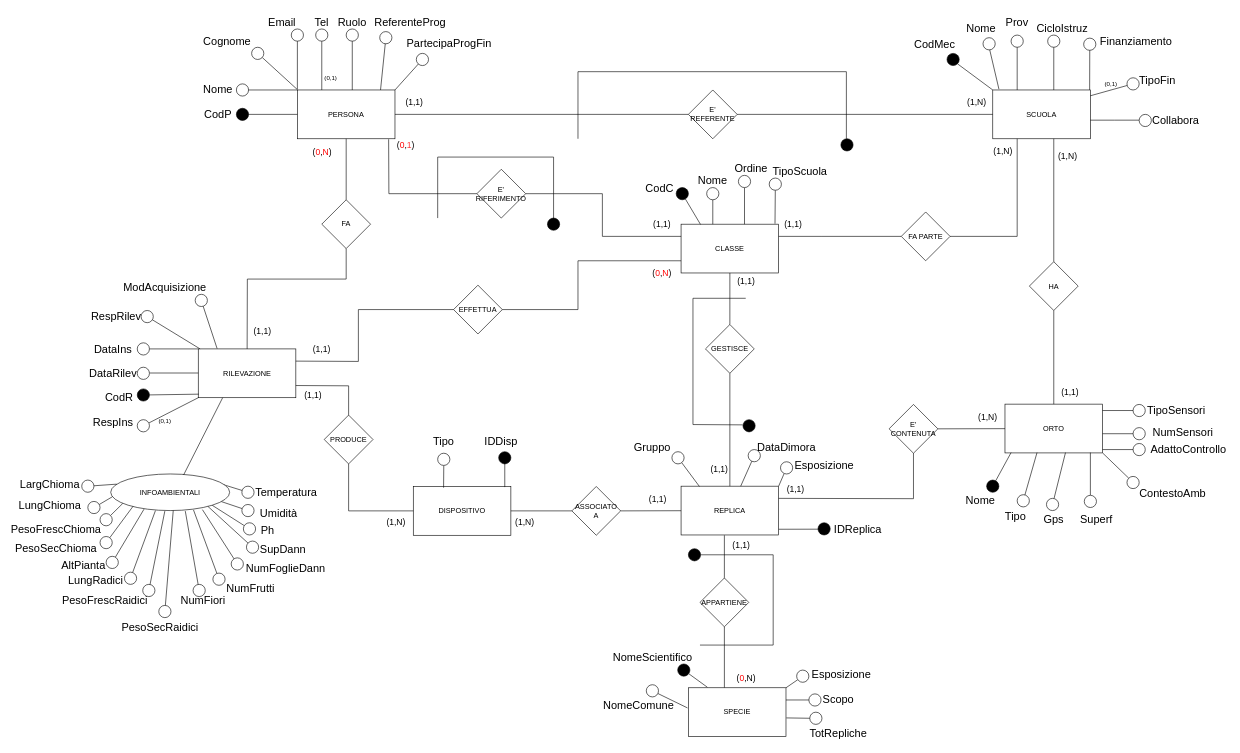
Before: BD_ER_2023.drawio in pizzo-kyle/unige, a draw.io diagram. Source tidied: cells renumbered, new cells numbered last; positions are measured from the earlier drawing's top-left corner, leaving out a move shared by most shapes. Both pictures are drawn from the tidied source at 61%, with x=0, y=0 at pixel (36, 10).
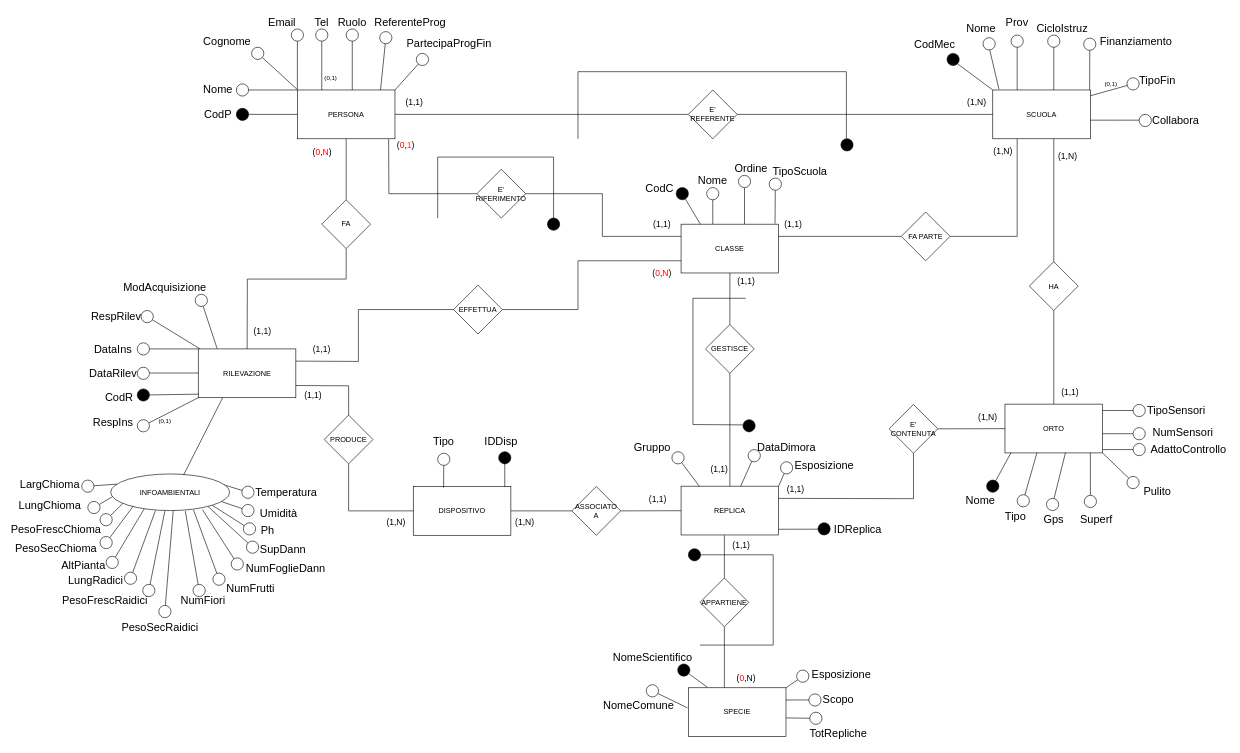
Above is the later version.

Diff of the diagram source:
```diff
@@
-    <mxCell id="90" value="&lt;span style=&quot;font-size: 18px;&quot;&gt;ContestoAmb&lt;/span&gt;" style="text;html=1;strokeColor=none;fillColor=none;align=center;verticalAlign=middle;whiteSpace=wrap;rounded=0;" parent="1" vertex="1">
-      <mxGeometry x="1838" y="770.5" width="50" height="40" as="geometry" />
+    <mxCell id="90" value="&lt;span style=&quot;font-size: 18px;&quot;&gt;Pulito&lt;/span&gt;" style="text;html=1;strokeColor=none;fillColor=none;align=center;verticalAlign=middle;whiteSpace=wrap;rounded=0;" parent="1" vertex="1">
+      <mxGeometry x="1813" y="768.5" width="50" height="40" as="geometry" />
     </mxCell>
```
